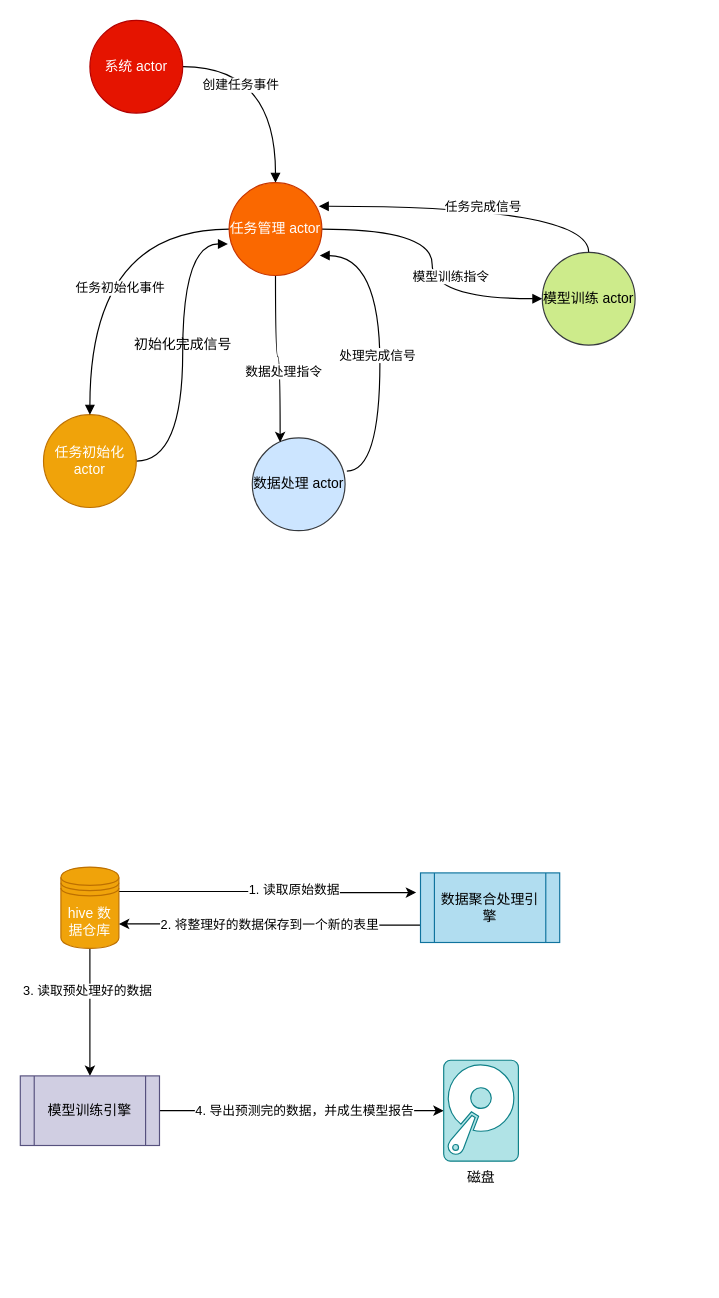
The draw.io diagram Untitled Diagram.drawio in changvvb/test, before the edit. Source tidied: cells renumbered, new cells numbered last; positions are measured from the earlier drawing's top-left corner, leaving out a move shared by most shapes. Both pictures are drawn from the tidied source at 116%, with x=0, y=0 at pixel (20, 20).
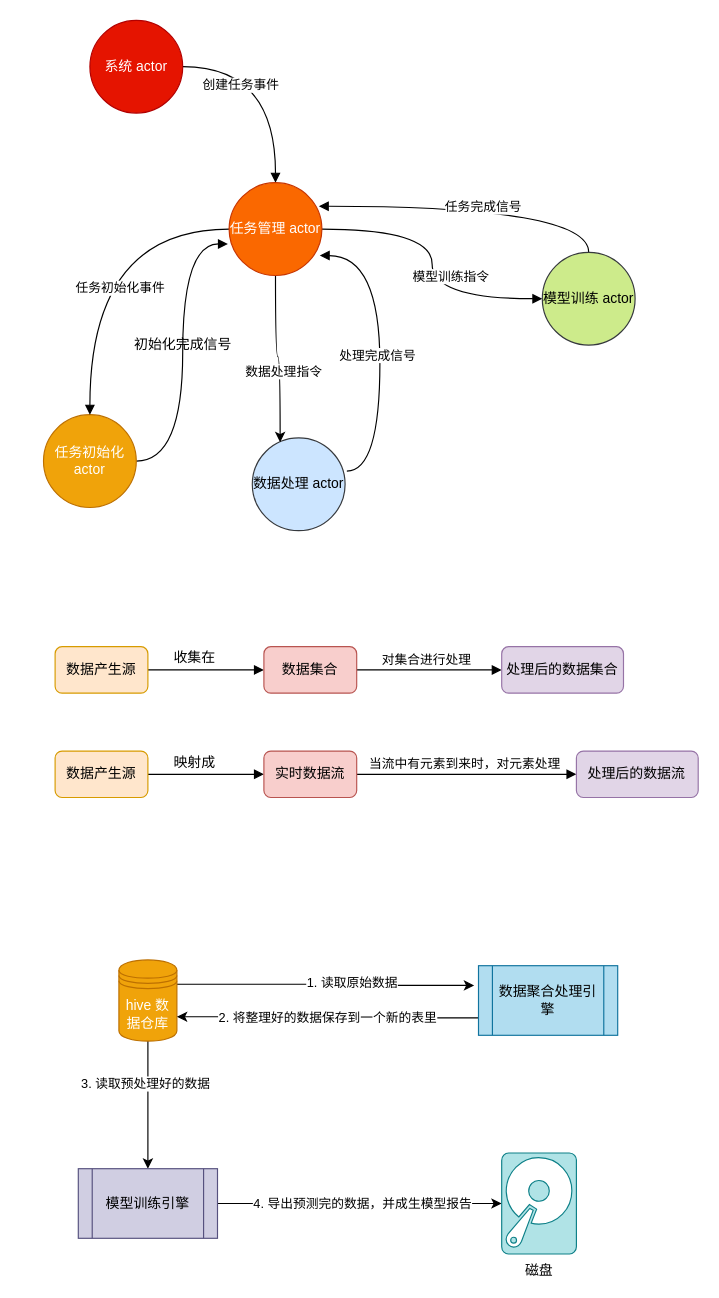
After the change.

Diff of the diagram source:
```diff
@@
     <mxCell id="6" value="hive 数据仓库" style="shape=datastore;whiteSpace=wrap;html=1;fillColor=#f0a30a;strokeColor=#BD7000;fontColor=#ffffff;" parent="1" vertex="1">
-      <mxGeometry x="35" y="730" width="50" height="70" as="geometry" />
+      <mxGeometry x="85" y="810" width="50" height="70" as="geometry" />
     </mxCell>
@@
     <mxCell id="9" value="数据聚合处理引擎" style="shape=process;whiteSpace=wrap;html=1;backgroundOutline=1;fillColor=#b1ddf0;strokeColor=#10739e;" parent="1" vertex="1">
-      <mxGeometry x="345" y="735" width="120" height="60" as="geometry" />
+      <mxGeometry x="395" y="815" width="120" height="60" as="geometry" />
     </mxCell>
@@
     <mxCell id="12" value="模型训练引擎" style="shape=process;whiteSpace=wrap;html=1;backgroundOutline=1;fillColor=#d0cee2;strokeColor=#56517e;" parent="1" vertex="1">
-      <mxGeometry y="910" width="120" height="60" as="geometry" />
+      <mxGeometry x="50" y="990" width="120" height="60" as="geometry" />
     </mxCell>
     <mxCell id="13" value="磁盘" style="shadow=0;dashed=0;html=1;strokeColor=#0e8088;fillColor=#b0e3e6;labelPosition=center;verticalLabelPosition=bottom;verticalAlign=top;outlineConnect=0;align=center;shape=mxgraph.office.devices.hard_disk;" parent="1" vertex="1">
-      <mxGeometry x="365" y="896.5" width="64.4" height="87" as="geometry" />
+      <mxGeometry x="415" y="976.5" width="64.4" height="87" as="geometry" />
     </mxCell>
@@
+    <mxCell id="33" style="edgeStyle=orthogonalEdgeStyle;curved=1;rounded=0;jettySize=auto;html=1;entryX=0;entryY=0.5;entryDx=0;entryDy=0;startArrow=none;startFill=0;endArrow=block;endFill=1;" parent="1" edge="1" source="34" target="37">
+      <mxGeometry relative="1" as="geometry" />
+    </mxCell>
+    <mxCell id="34" value="数据产生源" style="rounded=1;whiteSpace=wrap;html=1;fillColor=#ffe6cc;strokeColor=#d79b00;" parent="1" vertex="1">
+      <mxGeometry x="30" y="540" width="80" height="40" as="geometry" />
+    </mxCell>
+    <mxCell id="35" style="edgeStyle=orthogonalEdgeStyle;curved=1;rounded=0;jettySize=auto;html=1;startArrow=none;startFill=0;endArrow=block;endFill=1;entryX=0;entryY=0.5;entryDx=0;entryDy=0;" parent="1" edge="1" source="37" target="39">
+      <mxGeometry relative="1" as="geometry" />
+    </mxCell>
+    <mxCell id="36" value="对集合进行处理" style="edgeLabel;html=1;align=center;verticalAlign=middle;" parent="35" vertex="1">
+      <mxGeometry x="-0.21" y="4" relative="1" as="geometry">
+        <mxPoint x="10.8" y="-6" as="offset" />
+      </mxGeometry>
+    </mxCell>
+    <mxCell id="37" value="数据集合" style="rounded=1;whiteSpace=wrap;html=1;fillColor=#f8cecc;strokeColor=#b85450;" parent="1" vertex="1">
+      <mxGeometry x="210" y="540" width="80" height="40" as="geometry" />
+    </mxCell>
+    <mxCell id="38" value="收集在" style="text;html=1;align=center;verticalAlign=middle;" parent="1" vertex="1">
+      <mxGeometry x="125" y="540" width="50" height="20" as="geometry" />
+    </mxCell>
+    <mxCell id="39" value="处理后的数据集合" style="rounded=1;whiteSpace=wrap;html=1;fillColor=#e1d5e7;strokeColor=#9673a6;" parent="1" vertex="1">
+      <mxGeometry x="415" y="540" width="105" height="40" as="geometry" />
+    </mxCell>
+    <mxCell id="40" style="edgeStyle=orthogonalEdgeStyle;curved=1;rounded=0;jettySize=auto;html=1;entryX=0;entryY=0.5;entryDx=0;entryDy=0;startArrow=none;startFill=0;endArrow=block;endFill=1;" parent="1" edge="1" source="41" target="44">
+      <mxGeometry relative="1" as="geometry" />
+    </mxCell>
+    <mxCell id="41" value="数据产生源" style="rounded=1;whiteSpace=wrap;html=1;fillColor=#ffe6cc;strokeColor=#d79b00;" parent="1" vertex="1">
+      <mxGeometry x="30" y="630" width="80" height="40" as="geometry" />
+    </mxCell>
+    <mxCell id="42" style="edgeStyle=orthogonalEdgeStyle;curved=1;rounded=0;jettySize=auto;html=1;startArrow=none;startFill=0;endArrow=block;endFill=1;entryX=0;entryY=0.5;entryDx=0;entryDy=0;" parent="1" edge="1" source="44" target="46">
+      <mxGeometry relative="1" as="geometry" />
+    </mxCell>
+    <mxCell id="43" value="当流中有元素到来时，对元素处理" style="edgeLabel;html=1;align=center;verticalAlign=middle;" parent="42" vertex="1">
+      <mxGeometry x="-0.21" y="4" relative="1" as="geometry">
+        <mxPoint x="17.2" y="-6" as="offset" />
+      </mxGeometry>
+    </mxCell>
+    <mxCell id="44" value="实时数据流" style="rounded=1;whiteSpace=wrap;html=1;fillColor=#f8cecc;strokeColor=#b85450;" parent="1" vertex="1">
+      <mxGeometry x="210" y="630" width="80" height="40" as="geometry" />
+    </mxCell>
+    <mxCell id="45" value="映射成" style="text;html=1;align=center;verticalAlign=middle;" parent="1" vertex="1">
+      <mxGeometry x="125" y="630" width="50" height="20" as="geometry" />
+    </mxCell>
+    <mxCell id="46" value="处理后的数据流" style="rounded=1;whiteSpace=wrap;html=1;fillColor=#e1d5e7;strokeColor=#9673a6;" parent="1" vertex="1">
+      <mxGeometry x="479.4" y="630" width="105" height="40" as="geometry" />
+    </mxCell>
```
